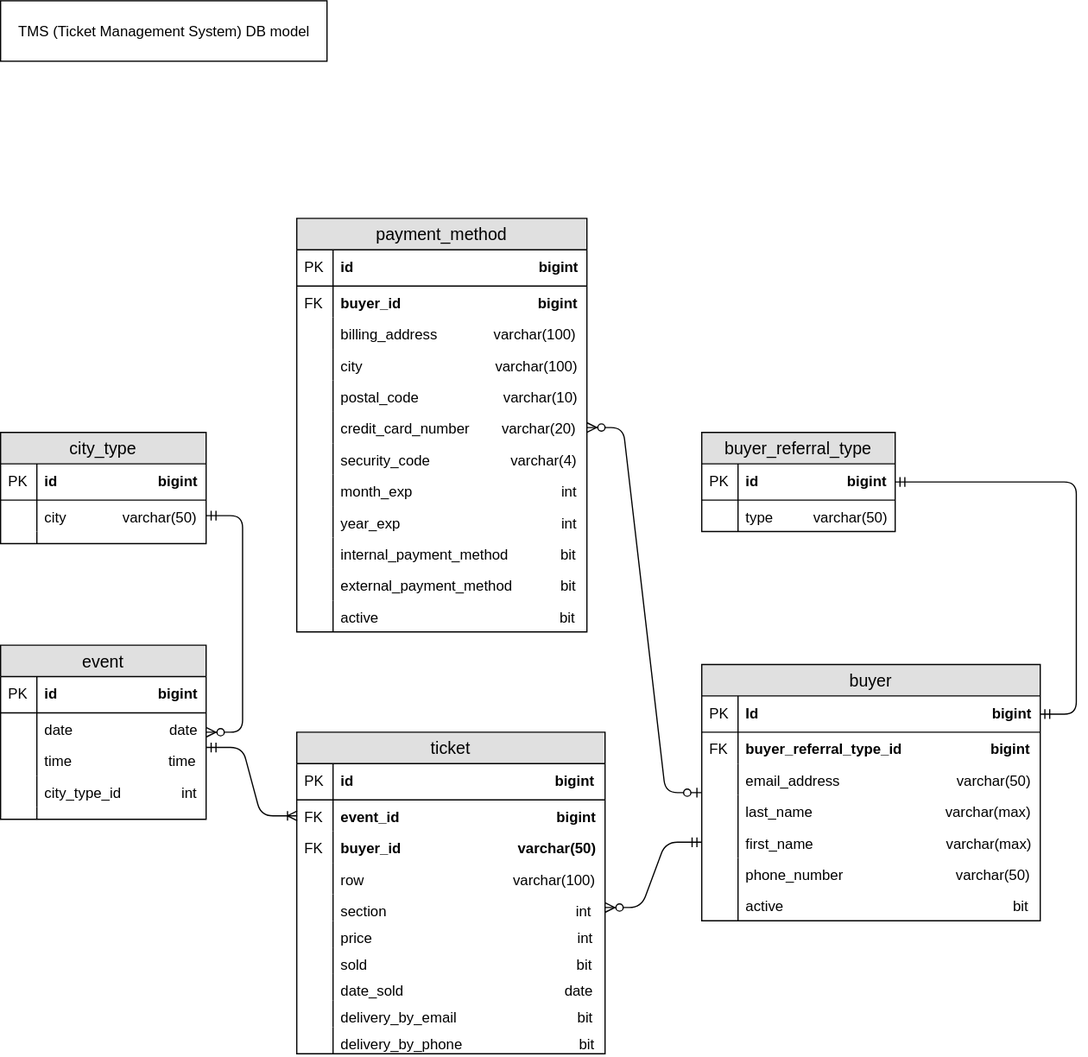
The draw.io diagram diagrams/ticket_management_DB_model.svg in yazhang28/ticket_vendor_app, before a commit. Source tidied: cells renumbered, new cells last; positions are measured from the earlier drawing's top-left corner, leaving out a move shared by most shapes.
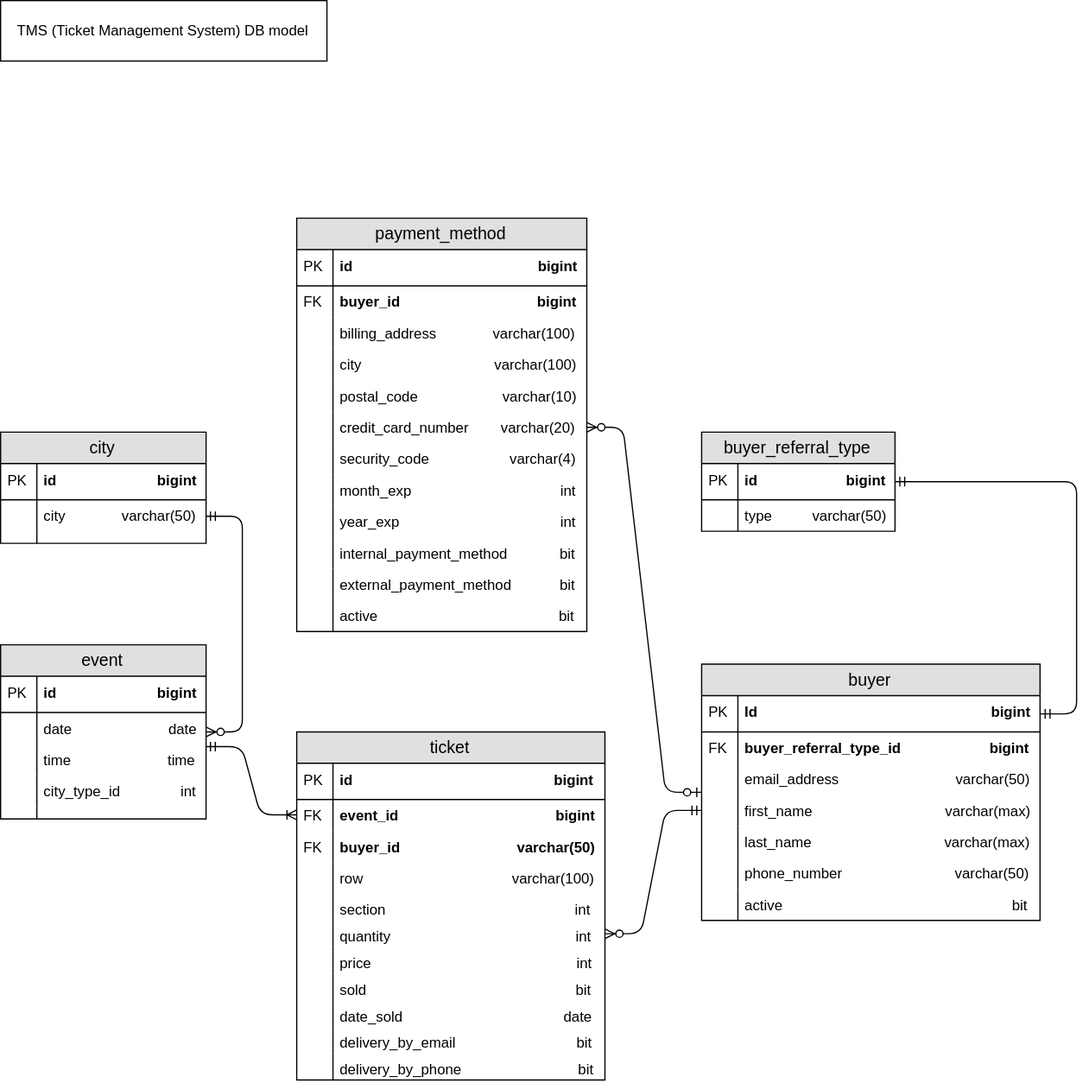
Above is the later version.

What changed in the source:
```diff
@@ -23,18 +23,18 @@
     <mxCell id="8" style="shape=partialRectangle;top=0;left=0;bottom=0;fillColor=none;align=left;verticalAlign=top;spacingLeft=4;spacingRight=4;overflow=hidden;fontSize=12;" parent="7" vertex="1">
       <mxGeometry width="30" height="26" as="geometry" />
     </mxCell>
+    <mxCell id="11" value="first_name                                 varchar(max)" style="shape=partialRectangle;top=0;left=0;right=0;bottom=0;align=left;verticalAlign=top;fillColor=none;spacingLeft=34;spacingRight=4;overflow=hidden;points=[[0,0.5],[1,0.5]];portConstraint=eastwest;fontSize=12;" parent="2" vertex="1">
+      <mxGeometry y="108" width="280" height="26" as="geometry" />
+    </mxCell>
+    <mxCell id="12" style="shape=partialRectangle;top=0;left=0;bottom=0;fillColor=none;align=left;verticalAlign=top;spacingLeft=4;spacingRight=4;overflow=hidden;fontSize=12;" parent="11" vertex="1">
+      <mxGeometry width="30" height="26" as="geometry" />
+    </mxCell>
     <mxCell id="9" value="last_name                                 varchar(max)" style="shape=partialRectangle;top=0;left=0;right=0;bottom=0;align=left;verticalAlign=top;fillColor=none;spacingLeft=34;spacingRight=4;overflow=hidden;fontSize=12;" parent="2" vertex="1">
-      <mxGeometry y="108" width="280" height="26" as="geometry" />
+      <mxGeometry y="134" width="280" height="26" as="geometry" />
     </mxCell>
     <mxCell id="10" style="shape=partialRectangle;top=0;left=0;bottom=0;fillColor=none;align=left;verticalAlign=top;spacingLeft=4;spacingRight=4;overflow=hidden;fontSize=12;" parent="9" vertex="1">
       <mxGeometry width="30" height="26" as="geometry" />
     </mxCell>
-    <mxCell id="11" value="first_name                                 varchar(max)" style="shape=partialRectangle;top=0;left=0;right=0;bottom=0;align=left;verticalAlign=top;fillColor=none;spacingLeft=34;spacingRight=4;overflow=hidden;points=[[0,0.5],[1,0.5]];portConstraint=eastwest;fontSize=12;" parent="2" vertex="1">
-      <mxGeometry y="134" width="280" height="26" as="geometry" />
-    </mxCell>
-    <mxCell id="12" style="shape=partialRectangle;top=0;left=0;bottom=0;fillColor=none;align=left;verticalAlign=top;spacingLeft=4;spacingRight=4;overflow=hidden;fontSize=12;" parent="11" vertex="1">
-      <mxGeometry width="30" height="26" as="geometry" />
-    </mxCell>
     <mxCell id="13" value="phone_number                            varchar(50)" style="shape=partialRectangle;top=0;left=0;right=0;bottom=0;align=left;verticalAlign=top;fillColor=none;spacingLeft=34;spacingRight=4;overflow=hidden;fontSize=12;" parent="2" vertex="1">
       <mxGeometry y="160" width="280" height="26" as="geometry" />
     </mxCell>
@@ -138,7 +138,7 @@
       <mxGeometry width="30" height="26" as="geometry" />
     </mxCell>
     <mxCell id="47" value="ticket" style="swimlane;fontStyle=0;horizontal=1;startSize=26;fillColor=#e0e0e0;swimlaneFillColor=#ffffff;align=center;fontSize=14;" parent="1" vertex="1">
-      <mxGeometry x="245" y="605" width="255" height="266" as="geometry" />
+      <mxGeometry x="245" y="605" width="255" height="288" as="geometry" />
     </mxCell>
     <mxCell id="48" value="id                                                  bigint" style="shape=partialRectangle;top=0;left=0;right=0;bottom=1;align=left;verticalAlign=middle;fillColor=none;spacingLeft=34;spacingRight=4;overflow=hidden;fontStyle=1;fontSize=12;" parent="47" vertex="1">
       <mxGeometry y="26" width="255" height="30" as="geometry" />
@@ -164,38 +164,44 @@
     <mxCell id="55" style="shape=partialRectangle;top=0;left=0;bottom=0;fillColor=none;align=left;verticalAlign=top;spacingLeft=4;spacingRight=4;overflow=hidden;fontSize=12;" parent="54" vertex="1">
       <mxGeometry width="30" height="26" as="geometry" />
     </mxCell>
+    <mxCell id="92" value="section                                               int" style="shape=partialRectangle;top=0;left=0;right=0;bottom=0;align=left;verticalAlign=top;fillColor=none;spacingLeft=34;spacingRight=4;overflow=hidden;fontSize=12;" parent="47" vertex="1">
+      <mxGeometry y="134" width="255" height="22" as="geometry" />
+    </mxCell>
+    <mxCell id="93" style="shape=partialRectangle;top=0;left=0;bottom=0;fillColor=none;align=left;verticalAlign=top;spacingLeft=4;spacingRight=4;overflow=hidden;fontSize=12;" parent="92" vertex="1">
+      <mxGeometry width="30" height="22" as="geometry" />
+    </mxCell>
-    <mxCell id="56" value="section                                               int" style="shape=partialRectangle;top=0;left=0;right=0;bottom=0;align=left;verticalAlign=top;fillColor=none;spacingLeft=34;spacingRight=4;overflow=hidden;points=[[0,0.5],[1,0.5]];portConstraint=eastwest;fontSize=12;" parent="47" vertex="1">
-      <mxGeometry y="134" width="255" height="22" as="geometry" />
+    <mxCell id="56" value="quantity                                              int" style="shape=partialRectangle;top=0;left=0;right=0;bottom=0;align=left;verticalAlign=top;fillColor=none;spacingLeft=34;spacingRight=4;overflow=hidden;points=[[0,0.5],[1,0.5]];portConstraint=eastwest;fontSize=12;" parent="47" vertex="1">
+      <mxGeometry y="156" width="255" height="22" as="geometry" />
     </mxCell>
     <mxCell id="57" style="shape=partialRectangle;top=0;left=0;bottom=0;fillColor=none;align=left;verticalAlign=top;spacingLeft=4;spacingRight=4;overflow=hidden;fontSize=12;" parent="56" vertex="1">
       <mxGeometry width="30" height="22" as="geometry" />
     </mxCell>
     <mxCell id="58" value="price                                                   int" style="shape=partialRectangle;top=0;left=0;right=0;bottom=0;align=left;verticalAlign=top;fillColor=none;spacingLeft=34;spacingRight=4;overflow=hidden;fontSize=12;" parent="47" vertex="1">
-      <mxGeometry y="156" width="255" height="22" as="geometry" />
+      <mxGeometry y="178" width="255" height="22" as="geometry" />
     </mxCell>
     <mxCell id="59" style="shape=partialRectangle;top=0;left=0;bottom=0;fillColor=none;align=left;verticalAlign=top;spacingLeft=4;spacingRight=4;overflow=hidden;fontSize=12;" parent="58" vertex="1">
       <mxGeometry width="30" height="22" as="geometry" />
     </mxCell>
     <mxCell id="60" value="sold                                                    bit" style="shape=partialRectangle;top=0;left=0;right=0;bottom=0;align=left;verticalAlign=top;fillColor=none;spacingLeft=34;spacingRight=4;overflow=hidden;fontSize=12;" parent="47" vertex="1">
-      <mxGeometry y="178" width="255" height="22" as="geometry" />
+      <mxGeometry y="200" width="255" height="22" as="geometry" />
     </mxCell>
     <mxCell id="61" style="shape=partialRectangle;top=0;left=0;bottom=0;fillColor=none;align=left;verticalAlign=top;spacingLeft=4;spacingRight=4;overflow=hidden;fontSize=12;" parent="60" vertex="1">
       <mxGeometry width="30" height="22" as="geometry" />
     </mxCell>
     <mxCell id="62" value="date_sold                                        date" style="shape=partialRectangle;top=0;left=0;right=0;bottom=0;align=left;verticalAlign=top;fillColor=none;spacingLeft=34;spacingRight=4;overflow=hidden;fontSize=12;" parent="47" vertex="1">
-      <mxGeometry y="200" width="255" height="22" as="geometry" />
+      <mxGeometry y="222" width="255" height="22" as="geometry" />
     </mxCell>
     <mxCell id="63" style="shape=partialRectangle;top=0;left=0;bottom=0;fillColor=none;align=left;verticalAlign=top;spacingLeft=4;spacingRight=4;overflow=hidden;fontSize=12;" parent="62" vertex="1">
       <mxGeometry width="30" height="22" as="geometry" />
     </mxCell>
     <mxCell id="64" value="delivery_by_email                              bit" style="shape=partialRectangle;top=0;left=0;right=0;bottom=0;align=left;verticalAlign=top;fillColor=none;spacingLeft=34;spacingRight=4;overflow=hidden;fontSize=12;" parent="47" vertex="1">
-      <mxGeometry y="222" width="255" height="22" as="geometry" />
+      <mxGeometry y="244" width="255" height="22" as="geometry" />
     </mxCell>
     <mxCell id="65" style="shape=partialRectangle;top=0;left=0;bottom=0;fillColor=none;align=left;verticalAlign=top;spacingLeft=4;spacingRight=4;overflow=hidden;fontSize=12;" parent="64" vertex="1">
       <mxGeometry width="30" height="22" as="geometry" />
     </mxCell>
     <mxCell id="66" value="delivery_by_phone                             bit" style="shape=partialRectangle;top=0;left=0;right=0;bottom=0;align=left;verticalAlign=top;fillColor=none;spacingLeft=34;spacingRight=4;overflow=hidden;fontSize=12;" parent="47" vertex="1">
-      <mxGeometry y="244" width="255" height="22" as="geometry" />
+      <mxGeometry y="266" width="255" height="22" as="geometry" />
     </mxCell>
     <mxCell id="67" style="shape=partialRectangle;top=0;left=0;bottom=0;fillColor=none;align=left;verticalAlign=top;spacingLeft=4;spacingRight=4;overflow=hidden;fontSize=12;" parent="66" vertex="1">
       <mxGeometry width="30" height="22" as="geometry" />
@@ -233,7 +239,7 @@
     <mxCell id="78" style="shape=partialRectangle;top=0;left=0;bottom=0;fillColor=none;align=left;verticalAlign=top;spacingLeft=4;spacingRight=4;overflow=hidden;fontSize=12;" parent="77" vertex="1">
       <mxGeometry width="30" height="10" as="geometry" />
     </mxCell>
-    <mxCell id="79" value="city_type" style="swimlane;fontStyle=0;horizontal=1;startSize=26;fillColor=#e0e0e0;swimlaneFillColor=#ffffff;align=center;fontSize=14;" parent="1" vertex="1">
+    <mxCell id="79" value="city" style="swimlane;fontStyle=0;horizontal=1;startSize=26;fillColor=#e0e0e0;swimlaneFillColor=#ffffff;align=center;fontSize=14;" parent="1" vertex="1">
       <mxGeometry y="357" width="170" height="92" as="geometry" />
     </mxCell>
     <mxCell id="80" value="id                         bigint" style="shape=partialRectangle;top=0;left=0;right=0;bottom=1;align=left;verticalAlign=middle;fillColor=none;spacingLeft=34;spacingRight=4;overflow=hidden;fontStyle=1;fontSize=12;" parent="79" vertex="1">
```
